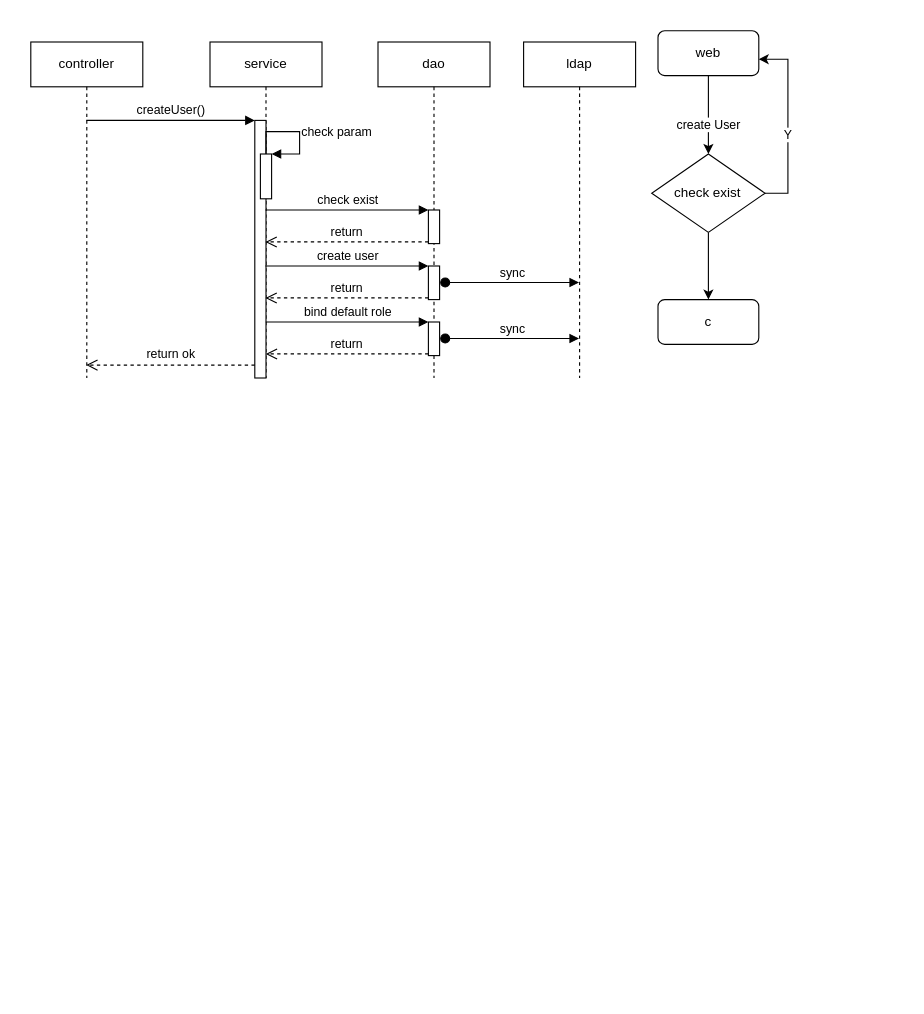
This is permissionManager.drawio from hhyouyou/draw, a draw.io file, before an edit. Source tidied: cells renumbered, new cells numbered last; positions are measured from the earlier drawing's top-left corner, leaving out a move shared by most shapes. Both pictures are drawn from the tidied source at 112%, with x=0, y=0 at pixel (30, 30).
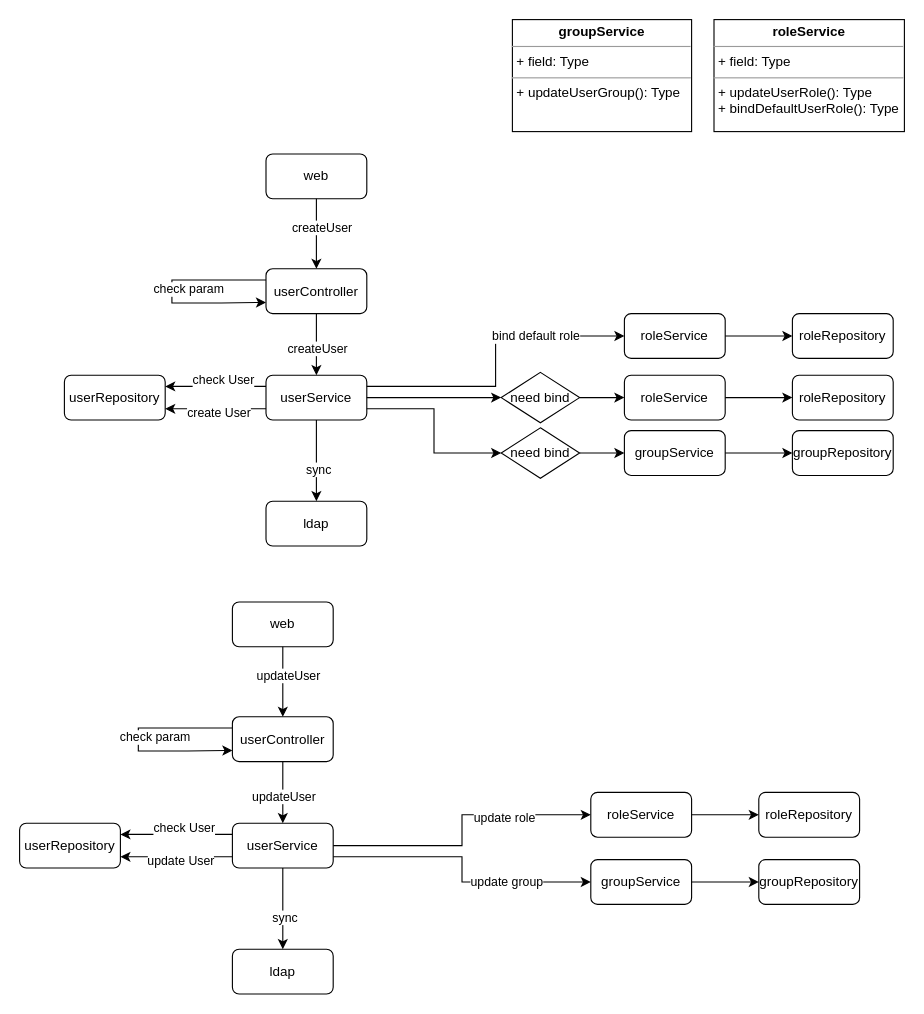
The same page after the edit.

Change to the diagram source:
```diff
@@
-    <mxCell id="2" value="controller" style="shape=umlLifeline;perimeter=lifelinePerimeter;whiteSpace=wrap;html=1;outlineConnect=0;" parent="1" vertex="1">
-      <mxGeometry y="10" width="100" height="300" as="geometry" />
-    </mxCell>
-    <mxCell id="3" value="service" style="shape=umlLifeline;perimeter=lifelinePerimeter;whiteSpace=wrap;html=1;outlineConnect=0;" parent="1" vertex="1">
-      <mxGeometry x="160" y="10" width="100" height="300" as="geometry" />
-    </mxCell>
-    <mxCell id="4" style="html=1;points=[];perimeter=orthogonalPerimeter;" parent="3" vertex="1">
-      <mxGeometry x="40" y="70" width="10" height="230" as="geometry" />
-    </mxCell>
-    <mxCell id="5" style="html=1;points=[];perimeter=orthogonalPerimeter;" parent="3" vertex="1">
-      <mxGeometry x="45" y="100" width="10" height="40" as="geometry" />
-    </mxCell>
-    <mxCell id="6" value="check param" style="edgeStyle=orthogonalEdgeStyle;html=1;align=left;spacingLeft=2;endArrow=block;rounded=0;entryX=1;entryY=0;" parent="3" edge="1" target="5">
-      <mxGeometry relative="1" as="geometry">
-        <mxPoint x="50" y="100" as="sourcePoint" />
-        <Array as="points">
-          <mxPoint x="50" y="80" />
-          <mxPoint x="80" y="80" />
-          <mxPoint x="80" y="100" />
-          <mxPoint x="55" y="100" />
-        </Array>
-      </mxGeometry>
-    </mxCell>
-    <mxCell id="7" value="createUser()" style="html=1;verticalAlign=bottom;endArrow=block;entryX=0;entryY=0;rounded=0;" parent="1" edge="1" source="2" target="4">
-      <mxGeometry relative="1" as="geometry" />
-    </mxCell>
-    <mxCell id="8" value="return ok" style="html=1;verticalAlign=bottom;endArrow=open;dashed=1;endSize=8;exitX=0;exitY=0.95;rounded=0;" parent="1" edge="1" source="4" target="2">
-      <mxGeometry relative="1" as="geometry" />
-    </mxCell>
-    <mxCell id="9" value="dao" style="shape=umlLifeline;perimeter=lifelinePerimeter;whiteSpace=wrap;html=1;" parent="1" vertex="1">
-      <mxGeometry x="310" y="10" width="100" height="300" as="geometry" />
-    </mxCell>
-    <mxCell id="10" style="html=1;points=[];perimeter=orthogonalPerimeter;" parent="9" vertex="1">
-      <mxGeometry x="45" y="150" width="10" height="30" as="geometry" />
-    </mxCell>
-    <mxCell id="11" style="html=1;points=[];perimeter=orthogonalPerimeter;" parent="9" vertex="1">
-      <mxGeometry x="45" y="200" width="10" height="30" as="geometry" />
-    </mxCell>
-    <mxCell id="12" style="html=1;points=[];perimeter=orthogonalPerimeter;" parent="9" vertex="1">
-      <mxGeometry x="45" y="250" width="10" height="30" as="geometry" />
-    </mxCell>
-    <mxCell id="13" value="return" style="html=1;verticalAlign=bottom;endArrow=open;dashed=1;endSize=8;exitX=0;exitY=0.95;rounded=0;" parent="9" edge="1" source="12">
-      <mxGeometry relative="1" as="geometry">
-        <mxPoint x="-100.2" y="278.5" as="targetPoint" />
-      </mxGeometry>
-    </mxCell>
+    <mxCell id="30" style="group;" parent="1" vertex="1">
+      <mxGeometry x="30" y="110" width="740" height="350" as="geometry" />
+    </mxCell>
+    <mxCell id="31" value="web" style="rounded=1;whiteSpace=wrap;html=1;" parent="30" vertex="1">
+      <mxGeometry x="180" width="90" height="40" as="geometry" />
+    </mxCell>
+    <mxCell id="32" style="edgeStyle=orthogonalEdgeStyle;rounded=0;orthogonalLoop=1;jettySize=auto;html=1;exitX=0;exitY=0.25;exitDx=0;exitDy=0;entryX=0;entryY=0.75;entryDx=0;entryDy=0;" parent="30" edge="1" source="34" target="34">
+      <mxGeometry relative="1" as="geometry">
+        <Array as="points">
+          <mxPoint x="96" y="113" />
+          <mxPoint x="96" y="133" />
+          <mxPoint x="140" y="133" />
+        </Array>
+      </mxGeometry>
+    </mxCell>
+    <mxCell id="33" value="check param" style="edgeLabel;html=1;align=center;verticalAlign=middle;" parent="32" vertex="1">
+      <mxGeometry x="-0.2" y="-3" relative="1" as="geometry">
+        <mxPoint x="5" y="11" as="offset" />
+      </mxGeometry>
+    </mxCell>
+    <mxCell id="34" value="userController" style="rounded=1;whiteSpace=wrap;html=1;" parent="30" vertex="1">
+      <mxGeometry x="180" y="102.5" width="90" height="40" as="geometry" />
+    </mxCell>
+    <mxCell id="35" style="edgeStyle=orthogonalEdgeStyle;rounded=0;jettySize=auto;html=1;exitX=0.5;exitY=1;exitDx=0;exitDy=0;entryX=0.5;entryY=0;entryDx=0;entryDy=0;" parent="30" edge="1" source="31" target="34">
+      <mxGeometry relative="1" as="geometry" />
+    </mxCell>
+    <mxCell id="36" value="createUser" style="edgeLabel;html=1;align=center;verticalAlign=middle;" parent="35" vertex="1">
+      <mxGeometry x="-0.21" relative="1" as="geometry">
+        <mxPoint x="4" as="offset" />
+      </mxGeometry>
+    </mxCell>
+    <mxCell id="37" value="userService" style="rounded=1;whiteSpace=wrap;html=1;" parent="30" vertex="1">
+      <mxGeometry x="180" y="197.5" width="90" height="40" as="geometry" />
+    </mxCell>
+    <mxCell id="38" style="edgeStyle=orthogonalEdgeStyle;rounded=0;jettySize=auto;html=1;exitX=0.5;exitY=1;exitDx=0;exitDy=0;" parent="30" edge="1" source="34" target="37">
+      <mxGeometry relative="1" as="geometry" />
+    </mxCell>
+    <mxCell id="39" value="createUser" style="edgeLabel;html=1;align=center;verticalAlign=middle;" parent="38" vertex="1">
+      <mxGeometry x="0.23" y="-3" relative="1" as="geometry">
+        <mxPoint x="3" y="-3" as="offset" />
+      </mxGeometry>
+    </mxCell>
+    <mxCell id="40" value="userRepository" style="rounded=1;whiteSpace=wrap;html=1;" parent="30" vertex="1">
+      <mxGeometry y="197.5" width="90" height="40" as="geometry" />
+    </mxCell>
+    <mxCell id="41" style="edgeStyle=orthogonalEdgeStyle;rounded=0;jettySize=auto;html=1;exitX=0;exitY=0.25;exitDx=0;exitDy=0;entryX=1;entryY=0.25;entryDx=0;entryDy=0;" parent="30" edge="1" source="37" target="40">
+      <mxGeometry relative="1" as="geometry" />
+    </mxCell>
+    <mxCell id="42" value="check User" style="edgeLabel;html=1;align=center;verticalAlign=middle;" parent="41" vertex="1">
+      <mxGeometry x="-0.19" relative="1" as="geometry">
+        <mxPoint x="-3" y="-6" as="offset" />
+      </mxGeometry>
+    </mxCell>
+    <mxCell id="43" style="edgeStyle=orthogonalEdgeStyle;rounded=0;jettySize=auto;html=1;exitX=0;exitY=0.75;exitDx=0;exitDy=0;entryX=1;entryY=0.75;entryDx=0;entryDy=0;" parent="30" edge="1" source="37" target="40">
+      <mxGeometry relative="1" as="geometry" />
+    </mxCell>
+    <mxCell id="24" value="create User" style="edgeLabel;html=1;align=center;verticalAlign=middle;" parent="43" vertex="1">
+      <mxGeometry x="-0.35" y="-2" relative="1" as="geometry">
+        <mxPoint x="-14" y="5" as="offset" />
+      </mxGeometry>
+    </mxCell>
+    <mxCell id="44" value="roleService" style="rounded=1;whiteSpace=wrap;html=1;" parent="30" vertex="1">
+      <mxGeometry x="500" y="142.5" width="90" height="40" as="geometry" />
+    </mxCell>
+    <mxCell id="45" style="edgeStyle=orthogonalEdgeStyle;rounded=0;jettySize=auto;html=1;exitX=1;exitY=0.25;exitDx=0;exitDy=0;entryX=0;entryY=0.5;entryDx=0;entryDy=0;" parent="30" edge="1" source="37" target="44">
+      <mxGeometry relative="1" as="geometry" />
+    </mxCell>
-    <mxCell id="14" value="bind default role" style="html=1;verticalAlign=bottom;endArrow=block;entryX=0;entryY=0;rounded=0;" parent="9" edge="1" target="12">
-      <mxGeometry relative="1" as="geometry">
-        <mxPoint x="-100.2" y="250" as="sourcePoint" />
-      </mxGeometry>
+    <mxCell id="14" value="bind default role" style="edgeLabel;html=1;align=center;verticalAlign=middle;" parent="45" vertex="1">
+      <mxGeometry x="0.42" relative="1" as="geometry" />
     </mxCell>
-    <mxCell id="15" value="sync" style="html=1;verticalAlign=bottom;startArrow=oval;startFill=1;endArrow=block;startSize=8;rounded=0;" parent="9" edge="1">
-      <mxGeometry relative="1" as="geometry">
-        <mxPoint x="60" y="264.7" as="sourcePoint" />
-        <mxPoint x="179.5" y="264.7" as="targetPoint" />
-        <Array as="points">
-          <mxPoint x="120" y="264.7" />
-        </Array>
-      </mxGeometry>
-    </mxCell>
-    <mxCell id="16" value="sync" style="html=1;verticalAlign=bottom;startArrow=oval;startFill=1;endArrow=block;startSize=8;rounded=0;" parent="9" edge="1">
-      <mxGeometry relative="1" as="geometry">
-        <mxPoint x="60" y="214.7" as="sourcePoint" />
-        <mxPoint x="179.5" y="214.7" as="targetPoint" />
-        <Array as="points">
-          <mxPoint x="120" y="214.7" />
-        </Array>
-      </mxGeometry>
-    </mxCell>
-    <mxCell id="17" value="return" style="html=1;verticalAlign=bottom;endArrow=open;dashed=1;endSize=8;exitX=0;exitY=0.95;rounded=0;" parent="1" edge="1" source="10" target="3">
-      <mxGeometry relative="1" as="geometry" />
-    </mxCell>
-    <mxCell id="18" value="check exist" style="html=1;verticalAlign=bottom;endArrow=block;entryX=0;entryY=0;rounded=0;" parent="1" edge="1" source="3" target="10">
-      <mxGeometry relative="1" as="geometry" />
-    </mxCell>
-    <mxCell id="19" style="edgeStyle=orthogonalEdgeStyle;rounded=0;jettySize=auto;html=1;exitX=1;exitY=0.5;exitDx=0;exitDy=0;entryX=0.999;entryY=0.634;entryDx=0;entryDy=0;entryPerimeter=0;" parent="1" edge="1" source="22" target="25">
-      <mxGeometry relative="1" as="geometry">
-        <Array as="points">
-          <mxPoint x="676" y="145" />
-          <mxPoint x="676" y="25" />
-        </Array>
-      </mxGeometry>
-    </mxCell>
-    <mxCell id="20" value="Y" style="edgeLabel;html=1;align=center;verticalAlign=middle;" parent="19" vertex="1">
-      <mxGeometry x="-0.12" y="1" relative="1" as="geometry" />
-    </mxCell>
-    <mxCell id="21" style="edgeStyle=orthogonalEdgeStyle;rounded=0;jettySize=auto;html=1;exitX=0.5;exitY=1;exitDx=0;exitDy=0;entryX=0.5;entryY=0;entryDx=0;entryDy=0;" parent="1" edge="1" source="22" target="26">
-      <mxGeometry relative="1" as="geometry">
-        <Array as="points">
-          <mxPoint x="605" y="210" />
-          <mxPoint x="605" y="210" />
-        </Array>
-      </mxGeometry>
-    </mxCell>
-    <mxCell id="22" value="check exist" style="rhombus;whiteSpace=wrap;html=1;" parent="1" vertex="1">
-      <mxGeometry x="554.4" y="110" width="101.2" height="70" as="geometry" />
-    </mxCell>
-    <mxCell id="23" style="edgeStyle=orthogonalEdgeStyle;rounded=0;jettySize=auto;html=1;exitX=0.5;exitY=1;exitDx=0;exitDy=0;entryX=0.5;entryY=0;entryDx=0;entryDy=0;" parent="1" edge="1" source="25" target="22">
-      <mxGeometry relative="1" as="geometry" />
-    </mxCell>
-    <mxCell id="24" value="create User" style="edgeLabel;html=1;align=center;verticalAlign=middle;" parent="23" vertex="1">
-      <mxGeometry x="0.22" y="-1" relative="1" as="geometry" />
-    </mxCell>
-    <mxCell id="25" value="web" style="rounded=1;whiteSpace=wrap;html=1;" parent="1" vertex="1">
-      <mxGeometry x="560" width="90" height="40" as="geometry" />
-    </mxCell>
-    <mxCell id="26" value="c" style="rounded=1;whiteSpace=wrap;html=1;" parent="1" vertex="1">
-      <mxGeometry x="560" y="240" width="90" height="40" as="geometry" />
-    </mxCell>
-    <mxCell id="27" value="ldap" style="shape=umlLifeline;perimeter=lifelinePerimeter;whiteSpace=wrap;html=1;" parent="1" vertex="1">
-      <mxGeometry x="440" y="10" width="100" height="300" as="geometry" />
-    </mxCell>
-    <mxCell id="28" value="return" style="html=1;verticalAlign=bottom;endArrow=open;dashed=1;endSize=8;exitX=0;exitY=0.95;rounded=0;" parent="1" edge="1" source="11" target="3">
-      <mxGeometry relative="1" as="geometry" />
-    </mxCell>
-    <mxCell id="29" value="create user" style="html=1;verticalAlign=bottom;endArrow=block;entryX=0;entryY=0;rounded=0;" parent="1" edge="1" source="3" target="11">
-      <mxGeometry relative="1" as="geometry" />
-    </mxCell>
+    <mxCell id="46" value="ldap" style="rounded=1;whiteSpace=wrap;html=1;" parent="30" vertex="1">
+      <mxGeometry x="180" y="310" width="90" height="40" as="geometry" />
+    </mxCell>
+    <mxCell id="47" style="edgeStyle=orthogonalEdgeStyle;rounded=0;jettySize=auto;html=1;exitX=0.5;exitY=1;exitDx=0;exitDy=0;" parent="30" edge="1" source="37" target="46">
+      <mxGeometry relative="1" as="geometry">
+        <Array as="points">
+          <mxPoint x="225" y="280" />
+          <mxPoint x="225" y="280" />
+        </Array>
+      </mxGeometry>
+    </mxCell>
+    <mxCell id="48" value="sync" style="edgeLabel;html=1;align=center;verticalAlign=middle;" parent="47" vertex="1">
+      <mxGeometry x="0.22" y="1" relative="1" as="geometry" />
+    </mxCell>
+    <mxCell id="49" value="groupService" style="rounded=1;whiteSpace=wrap;html=1;" parent="30" vertex="1">
+      <mxGeometry x="500" y="247" width="90" height="40" as="geometry" />
+    </mxCell>
+    <mxCell id="50" value="roleService" style="rounded=1;whiteSpace=wrap;html=1;" parent="30" vertex="1">
+      <mxGeometry x="500" y="197.5" width="90" height="40" as="geometry" />
+    </mxCell>
+    <mxCell id="51" style="edgeStyle=orthogonalEdgeStyle;rounded=0;jettySize=auto;html=1;exitX=1;exitY=0.5;exitDx=0;exitDy=0;entryX=0;entryY=0.5;entryDx=0;entryDy=0;" parent="30" edge="1" source="52" target="50">
+      <mxGeometry relative="1" as="geometry" />
+    </mxCell>
+    <mxCell id="52" value="need bind" style="rhombus;whiteSpace=wrap;html=1;" parent="30" vertex="1">
+      <mxGeometry x="390" y="195" width="70" height="45" as="geometry" />
+    </mxCell>
+    <mxCell id="53" style="edgeStyle=orthogonalEdgeStyle;rounded=0;jettySize=auto;html=1;exitX=1;exitY=0.5;exitDx=0;exitDy=0;entryX=0;entryY=0.5;entryDx=0;entryDy=0;" parent="30" edge="1" source="37" target="52">
+      <mxGeometry relative="1" as="geometry" />
+    </mxCell>
+    <mxCell id="54" style="edgeStyle=orthogonalEdgeStyle;rounded=0;jettySize=auto;html=1;exitX=1;exitY=0.5;exitDx=0;exitDy=0;" parent="30" edge="1" source="55" target="49">
+      <mxGeometry relative="1" as="geometry" />
+    </mxCell>
+    <mxCell id="55" value="need bind" style="rhombus;whiteSpace=wrap;html=1;" parent="30" vertex="1">
+      <mxGeometry x="390" y="244.5" width="70" height="45" as="geometry" />
+    </mxCell>
+    <mxCell id="56" style="edgeStyle=orthogonalEdgeStyle;rounded=0;jettySize=auto;html=1;exitX=1;exitY=0.75;exitDx=0;exitDy=0;entryX=0;entryY=0.5;entryDx=0;entryDy=0;" parent="30" edge="1" source="37" target="55">
+      <mxGeometry relative="1" as="geometry" />
+    </mxCell>
+    <mxCell id="57" value="roleRepository" style="rounded=1;whiteSpace=wrap;html=1;" parent="30" vertex="1">
+      <mxGeometry x="650" y="142.5" width="90" height="40" as="geometry" />
+    </mxCell>
+    <mxCell id="58" style="edgeStyle=orthogonalEdgeStyle;rounded=0;jettySize=auto;html=1;exitX=1;exitY=0.5;exitDx=0;exitDy=0;entryX=0;entryY=0.5;entryDx=0;entryDy=0;" parent="30" edge="1" source="44" target="57">
+      <mxGeometry relative="1" as="geometry">
+        <Array as="points">
+          <mxPoint x="620" y="163" />
+          <mxPoint x="620" y="163" />
+        </Array>
+      </mxGeometry>
+    </mxCell>
+    <mxCell id="59" value="roleRepository" style="rounded=1;whiteSpace=wrap;html=1;" parent="30" vertex="1">
+      <mxGeometry x="650" y="197.5" width="90" height="40" as="geometry" />
+    </mxCell>
+    <mxCell id="60" style="edgeStyle=orthogonalEdgeStyle;rounded=0;jettySize=auto;html=1;exitX=1;exitY=0.5;exitDx=0;exitDy=0;entryX=0;entryY=0.5;entryDx=0;entryDy=0;" parent="30" edge="1" source="50" target="59">
+      <mxGeometry relative="1" as="geometry" />
+    </mxCell>
+    <mxCell id="61" value="groupRepository" style="rounded=1;whiteSpace=wrap;html=1;" parent="30" vertex="1">
+      <mxGeometry x="650" y="247" width="90" height="40" as="geometry" />
+    </mxCell>
+    <mxCell id="62" style="edgeStyle=orthogonalEdgeStyle;rounded=0;jettySize=auto;html=1;exitX=1;exitY=0.5;exitDx=0;exitDy=0;" parent="30" edge="1" source="49" target="61">
+      <mxGeometry relative="1" as="geometry" />
+    </mxCell>
+    <mxCell id="63" value="&lt;p style=&quot;margin: 0px ; margin-top: 4px ; text-align: center&quot;&gt;&lt;b&gt;groupService&lt;/b&gt;&lt;/p&gt;&lt;hr size=&quot;1&quot;&gt;&lt;p style=&quot;margin: 0px ; margin-left: 4px&quot;&gt;+ field: Type&lt;/p&gt;&lt;hr size=&quot;1&quot;&gt;&lt;p style=&quot;margin: 0px ; margin-left: 4px&quot;&gt;+ updateUserGroup(): Type&lt;/p&gt;" style="verticalAlign=top;align=left;overflow=fill;fontSize=12;fontFamily=Helvetica;html=1;" parent="1" vertex="1">
+      <mxGeometry x="430" y="-10" width="160" height="100" as="geometry" />
+    </mxCell>
+    <mxCell id="64" value="&lt;p style=&quot;margin: 0px ; margin-top: 4px ; text-align: center&quot;&gt;&lt;b&gt;roleService&lt;/b&gt;&lt;/p&gt;&lt;hr size=&quot;1&quot;&gt;&lt;p style=&quot;margin: 0px ; margin-left: 4px&quot;&gt;+ field: Type&lt;/p&gt;&lt;hr size=&quot;1&quot;&gt;&lt;p style=&quot;margin: 0px ; margin-left: 4px&quot;&gt;+ updateUserRole(): Type&lt;/p&gt;&lt;p style=&quot;margin: 0px ; margin-left: 4px&quot;&gt;+ bindDefaultUserRole(): Type&lt;br&gt;&lt;/p&gt;" style="verticalAlign=top;align=left;overflow=fill;fontSize=12;fontFamily=Helvetica;html=1;" parent="1" vertex="1">
+      <mxGeometry x="610" y="-10" width="170" height="100" as="geometry" />
+    </mxCell>
+    <mxCell id="65" style="group;" parent="1" vertex="1">
+      <mxGeometry x="-10" y="510" width="750" height="350" as="geometry" />
+    </mxCell>
+    <mxCell id="66" value="web" style="rounded=1;whiteSpace=wrap;html=1;" parent="65" vertex="1">
+      <mxGeometry x="190" width="90" height="40" as="geometry" />
+    </mxCell>
+    <mxCell id="67" style="edgeStyle=orthogonalEdgeStyle;rounded=0;orthogonalLoop=1;jettySize=auto;html=1;exitX=0;exitY=0.25;exitDx=0;exitDy=0;entryX=0;entryY=0.75;entryDx=0;entryDy=0;" parent="65" edge="1" source="69" target="69">
+      <mxGeometry relative="1" as="geometry">
+        <Array as="points">
+          <mxPoint x="106" y="113" />
+          <mxPoint x="106" y="133" />
+          <mxPoint x="150" y="133" />
+        </Array>
+      </mxGeometry>
+    </mxCell>
+    <mxCell id="68" value="check param" style="edgeLabel;html=1;align=center;verticalAlign=middle;" parent="67" vertex="1">
+      <mxGeometry x="-0.2" y="-3" relative="1" as="geometry">
+        <mxPoint x="5" y="11" as="offset" />
+      </mxGeometry>
+    </mxCell>
+    <mxCell id="69" value="userController" style="rounded=1;whiteSpace=wrap;html=1;" parent="65" vertex="1">
+      <mxGeometry x="190" y="102.5" width="90" height="40" as="geometry" />
+    </mxCell>
+    <mxCell id="70" style="edgeStyle=orthogonalEdgeStyle;rounded=0;jettySize=auto;html=1;exitX=0.5;exitY=1;exitDx=0;exitDy=0;entryX=0.5;entryY=0;entryDx=0;entryDy=0;" parent="65" edge="1" source="66" target="69">
+      <mxGeometry relative="1" as="geometry" />
+    </mxCell>
+    <mxCell id="71" value="updateUser" style="edgeLabel;html=1;align=center;verticalAlign=middle;" parent="70" vertex="1">
+      <mxGeometry x="-0.21" relative="1" as="geometry">
+        <mxPoint x="4" as="offset" />
+      </mxGeometry>
+    </mxCell>
+    <mxCell id="72" value="userService" style="rounded=1;whiteSpace=wrap;html=1;" parent="65" vertex="1">
+      <mxGeometry x="190" y="197.5" width="90" height="40" as="geometry" />
+    </mxCell>
+    <mxCell id="73" style="edgeStyle=orthogonalEdgeStyle;rounded=0;jettySize=auto;html=1;exitX=0.5;exitY=1;exitDx=0;exitDy=0;" parent="65" edge="1" source="69" target="72">
+      <mxGeometry relative="1" as="geometry" />
+    </mxCell>
+    <mxCell id="74" value="updateUser" style="edgeLabel;html=1;align=center;verticalAlign=middle;" parent="73" vertex="1">
+      <mxGeometry x="0.23" y="-3" relative="1" as="geometry">
+        <mxPoint x="3" y="-3" as="offset" />
+      </mxGeometry>
+    </mxCell>
+    <mxCell id="75" value="userRepository" style="rounded=1;whiteSpace=wrap;html=1;" parent="65" vertex="1">
+      <mxGeometry y="197.5" width="90" height="40" as="geometry" />
+    </mxCell>
+    <mxCell id="76" style="edgeStyle=orthogonalEdgeStyle;rounded=0;jettySize=auto;html=1;exitX=0;exitY=0.25;exitDx=0;exitDy=0;entryX=1;entryY=0.25;entryDx=0;entryDy=0;" parent="65" edge="1" source="72" target="75">
+      <mxGeometry relative="1" as="geometry" />
+    </mxCell>
+    <mxCell id="77" value="check User" style="edgeLabel;html=1;align=center;verticalAlign=middle;" parent="76" vertex="1">
+      <mxGeometry x="-0.19" relative="1" as="geometry">
+        <mxPoint x="-3" y="-6" as="offset" />
+      </mxGeometry>
+    </mxCell>
+    <mxCell id="78" style="edgeStyle=orthogonalEdgeStyle;rounded=0;jettySize=auto;html=1;exitX=0;exitY=0.75;exitDx=0;exitDy=0;entryX=1;entryY=0.75;entryDx=0;entryDy=0;" parent="65" edge="1" source="72" target="75">
+      <mxGeometry relative="1" as="geometry" />
+    </mxCell>
+    <mxCell id="79" value="update User" style="edgeLabel;html=1;align=center;verticalAlign=middle;" parent="78" vertex="1">
+      <mxGeometry x="-0.35" y="-2" relative="1" as="geometry">
+        <mxPoint x="-14" y="5" as="offset" />
+      </mxGeometry>
+    </mxCell>
+    <mxCell id="80" value="ldap" style="rounded=1;whiteSpace=wrap;html=1;" parent="65" vertex="1">
+      <mxGeometry x="190" y="310" width="90" height="40" as="geometry" />
+    </mxCell>
+    <mxCell id="81" style="edgeStyle=orthogonalEdgeStyle;rounded=0;jettySize=auto;html=1;exitX=0.5;exitY=1;exitDx=0;exitDy=0;" parent="65" edge="1" source="72" target="80">
+      <mxGeometry relative="1" as="geometry">
+        <Array as="points">
+          <mxPoint x="235" y="280" />
+          <mxPoint x="235" y="280" />
+        </Array>
+      </mxGeometry>
+    </mxCell>
+    <mxCell id="82" value="sync" style="edgeLabel;html=1;align=center;verticalAlign=middle;" parent="81" vertex="1">
+      <mxGeometry x="0.22" y="1" relative="1" as="geometry" />
+    </mxCell>
+    <mxCell id="83" value="groupService" style="rounded=1;whiteSpace=wrap;html=1;" parent="65" vertex="1">
+      <mxGeometry x="510" y="230" width="90" height="40" as="geometry" />
+    </mxCell>
+    <mxCell id="84" value="roleService" style="rounded=1;whiteSpace=wrap;html=1;" parent="65" vertex="1">
+      <mxGeometry x="510" y="170" width="90" height="40" as="geometry" />
+    </mxCell>
+    <mxCell id="85" style="edgeStyle=orthogonalEdgeStyle;rounded=0;jettySize=auto;html=1;exitX=1;exitY=0.5;exitDx=0;exitDy=0;entryX=0;entryY=0.5;entryDx=0;entryDy=0;" parent="65" edge="1" source="72" target="84">
+      <mxGeometry relative="1" as="geometry" />
+    </mxCell>
+    <mxCell id="86" value="update role" style="edgeLabel;html=1;align=center;verticalAlign=middle;" parent="85" vertex="1">
+      <mxGeometry x="0.4" y="-2" relative="1" as="geometry" />
+    </mxCell>
+    <mxCell id="87" style="edgeStyle=orthogonalEdgeStyle;rounded=0;jettySize=auto;html=1;exitX=1;exitY=0.75;exitDx=0;exitDy=0;entryX=0;entryY=0.5;entryDx=0;entryDy=0;" parent="65" edge="1" source="72" target="83">
+      <mxGeometry relative="1" as="geometry" />
+    </mxCell>
+    <mxCell id="88" value="update group" style="edgeLabel;html=1;align=center;verticalAlign=middle;" parent="87" vertex="1">
+      <mxGeometry x="0.4" y="2" relative="1" as="geometry">
+        <mxPoint y="1" as="offset" />
+      </mxGeometry>
+    </mxCell>
+    <mxCell id="89" value="roleRepository" style="rounded=1;whiteSpace=wrap;html=1;" parent="65" vertex="1">
+      <mxGeometry x="660" y="170" width="90" height="40" as="geometry" />
+    </mxCell>
+    <mxCell id="90" style="edgeStyle=orthogonalEdgeStyle;rounded=0;jettySize=auto;html=1;exitX=1;exitY=0.5;exitDx=0;exitDy=0;entryX=0;entryY=0.5;entryDx=0;entryDy=0;" parent="65" edge="1" source="84" target="89">
+      <mxGeometry relative="1" as="geometry" />
+    </mxCell>
+    <mxCell id="91" value="groupRepository" style="rounded=1;whiteSpace=wrap;html=1;" parent="65" vertex="1">
+      <mxGeometry x="660" y="230" width="90" height="40" as="geometry" />
+    </mxCell>
+    <mxCell id="92" style="edgeStyle=orthogonalEdgeStyle;rounded=0;jettySize=auto;html=1;exitX=1;exitY=0.5;exitDx=0;exitDy=0;" parent="65" edge="1" source="83" target="91">
+      <mxGeometry relative="1" as="geometry" />
+    </mxCell>
```
